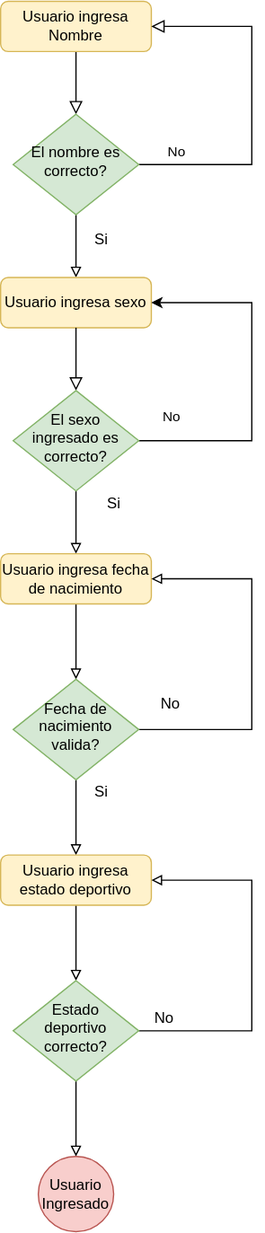
Above: DiagFlujoIngresarPersona.svg in MaxIbanez/Taller1P1_MI_JC (draw.io), before the change. Source tidied: cells renumbered, new cells last; positions are measured from the earlier drawing's top-left corner, leaving out a move shared by most shapes.
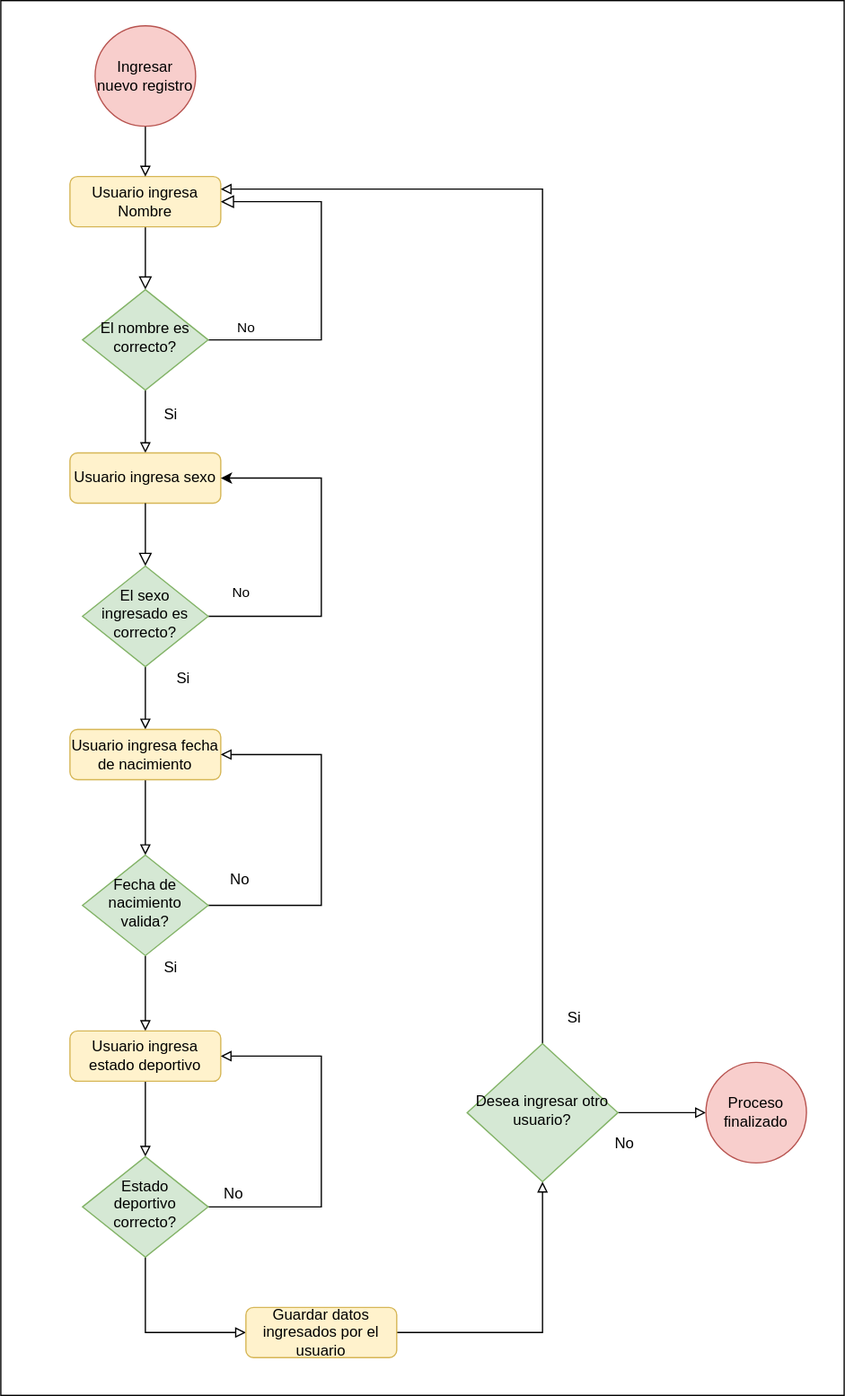
After the change.

What changed in the source:
```diff
@@ -95,8 +95,12 @@
         </Array>
       </mxGeometry>
     </mxCell>
-    <mxCell id="25" style="edgeStyle=orthogonalEdgeStyle;rounded=0;jettySize=auto;html=1;endArrow=block;endFill=0;" parent="1" edge="1" source="26" target="28">
-      <mxGeometry relative="1" as="geometry" />
+    <mxCell id="25" style="edgeStyle=orthogonalEdgeStyle;rounded=0;jettySize=auto;html=1;endArrow=block;endFill=0;entryX=0;entryY=0.5;entryDx=0;entryDy=0;" parent="1" edge="1" source="26" target="30">
+      <mxGeometry relative="1" as="geometry">
+        <Array as="points">
+          <mxPoint x="60" y="920" />
+        </Array>
+      </mxGeometry>
     </mxCell>
     <mxCell id="26" value="Estado deportivo correcto?" style="rhombus;whiteSpace=wrap;html=1;shadow=0;fontFamily=Helvetica;fontSize=12;align=center;strokeWidth=1;spacing=6;spacingTop=-4;fillColor=#d5e8d4;strokeColor=#82b366;" parent="1" vertex="1">
       <mxGeometry x="10" y="780" width="100" height="80" as="geometry" />
@@ -104,8 +108,44 @@
     <mxCell id="27" value="No" style="text;html=1;align=center;verticalAlign=middle;" parent="1" vertex="1">
       <mxGeometry x="115" y="800" width="30" height="20" as="geometry" />
     </mxCell>
-    <mxCell id="28" value="Usuario Ingresado" style="ellipse;whiteSpace=wrap;html=1;fillColor=#f8cecc;strokeColor=#b85450;" parent="1" vertex="1">
-      <mxGeometry x="30" y="920" width="60" height="60" as="geometry" />
-    </mxCell>
+    <mxCell id="29" style="edgeStyle=orthogonalEdgeStyle;rounded=0;jettySize=auto;html=1;entryX=0.5;entryY=1;entryDx=0;entryDy=0;endArrow=block;endFill=0;" parent="1" edge="1" source="30" target="35">
+      <mxGeometry relative="1" as="geometry" />
+    </mxCell>
+    <mxCell id="30" value="Guardar datos ingresados por el usuario" style="rounded=1;whiteSpace=wrap;html=1;fontSize=12;glass=0;strokeWidth=1;shadow=0;fillColor=#fff2cc;strokeColor=#d6b656;" parent="1" vertex="1">
+      <mxGeometry x="140" y="900" width="120" height="40" as="geometry" />
+    </mxCell>
+    <mxCell id="31" style="edgeStyle=orthogonalEdgeStyle;rounded=0;jettySize=auto;html=1;endArrow=block;endFill=0;" parent="1" edge="1" target="3">
+      <mxGeometry relative="1" as="geometry">
+        <mxPoint x="60" y="-40" as="sourcePoint" />
+      </mxGeometry>
+    </mxCell>
+    <mxCell id="32" value="Ingresar nuevo registro" style="ellipse;whiteSpace=wrap;html=1;fillColor=#f8cecc;strokeColor=#b85450;" parent="1" vertex="1">
+      <mxGeometry x="20" y="-120" width="80" height="80" as="geometry" />
+    </mxCell>
+    <mxCell id="33" style="edgeStyle=orthogonalEdgeStyle;rounded=0;jettySize=auto;html=1;endArrow=block;endFill=0;" parent="1" edge="1" source="35" target="3">
+      <mxGeometry relative="1" as="geometry">
+        <Array as="points">
+          <mxPoint x="376" y="10" />
+        </Array>
+      </mxGeometry>
+    </mxCell>
+    <mxCell id="34" style="edgeStyle=orthogonalEdgeStyle;rounded=0;jettySize=auto;html=1;endArrow=block;endFill=0;" parent="1" edge="1" source="35" target="38">
+      <mxGeometry relative="1" as="geometry" />
+    </mxCell>
+    <mxCell id="35" value="Desea ingresar otro usuario?" style="rhombus;whiteSpace=wrap;html=1;shadow=0;fontFamily=Helvetica;fontSize=12;align=center;strokeWidth=1;spacing=6;spacingTop=-4;fillColor=#d5e8d4;strokeColor=#82b366;" parent="1" vertex="1">
+      <mxGeometry x="316" y="690" width="120" height="110" as="geometry" />
+    </mxCell>
+    <mxCell id="36" value="Si" style="text;html=1;align=center;verticalAlign=middle;" parent="1" vertex="1">
+      <mxGeometry x="386" y="660" width="30" height="20" as="geometry" />
+    </mxCell>
+    <mxCell id="37" value="No" style="text;html=1;align=center;verticalAlign=middle;" parent="1" vertex="1">
+      <mxGeometry x="426" y="760" width="30" height="20" as="geometry" />
+    </mxCell>
+    <mxCell id="38" value="Proceso finalizado" style="ellipse;whiteSpace=wrap;html=1;fillColor=#f8cecc;strokeColor=#b85450;" parent="1" vertex="1">
+      <mxGeometry x="506" y="705" width="80" height="80" as="geometry" />
+    </mxCell>
+    <mxCell id="39" style="rounded=0;whiteSpace=wrap;html=1;fillColor=none;" parent="1" vertex="1">
+      <mxGeometry x="-55" y="-140" width="671" height="1110" as="geometry" />
+    </mxCell>
   </root>
 </mxGraphModel>
```
